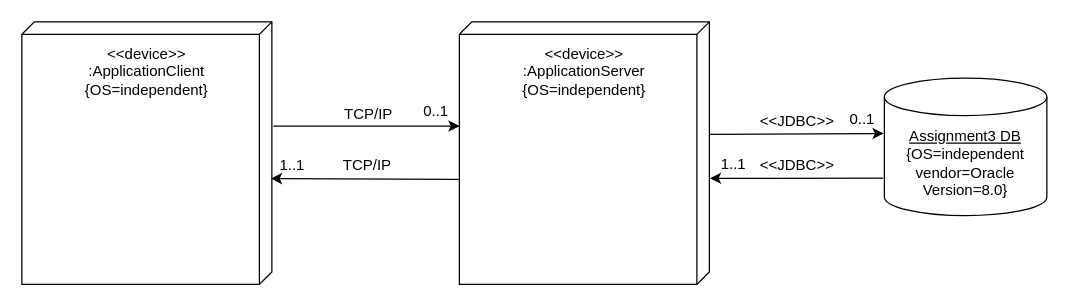
This is UML/DeploymentDiagram.drawio from Sclafus/Ecommerce-Server, a draw.io file, before an edit. Source tidied: cells renumbered, new cells numbered last; positions are measured from the earlier drawing's top-left corner, leaving out a move shared by most shapes. Both pictures are drawn from the tidied source at 125%, with x=0, y=0 at pixel (21, 21).
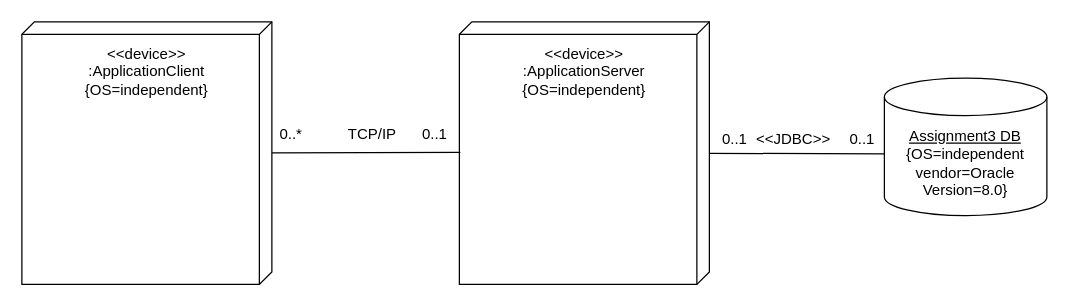
The same page after the edit.

Unchanged cells that the change refers to:
```xml
<mxCell id="3" value="&lt;u&gt;Assignment3 DB&lt;br&gt;&lt;/u&gt;{OS=independent&lt;br&gt;vendor=Oracle&lt;br&gt;Version=8.0}" style="shape=cylinder3;whiteSpace=wrap;html=1;boundedLbl=1;backgroundOutline=1;size=15;" parent="1" vertex="1">
  <mxGeometry x="690" y="45" width="130" height="110" as="geometry" />
</mxCell>
<mxCell id="4" style="verticalAlign=top;align=center;spacingTop=8;spacingLeft=2;spacingRight=12;shape=cube;size=10;direction=south;fontStyle=4;html=1;" parent="1" vertex="1">
  <mxGeometry x="350" width="200" height="210" as="geometry" />
</mxCell>
<mxCell id="7" style="verticalAlign=top;align=center;spacingTop=8;spacingLeft=2;spacingRight=12;shape=cube;size=10;direction=south;fontStyle=4;html=1;" parent="1" vertex="1">
  <mxGeometry width="200" height="210" as="geometry" />
</mxCell>
```

Change to the diagram source:
```diff
@@
     <mxCell id="6" value="&amp;lt;&amp;lt;JDBC&amp;gt;&amp;gt;" style="text;html=1;align=center;verticalAlign=middle;" parent="1" vertex="1">
-      <mxGeometry x="585" y="70" width="70" height="20" as="geometry" />
+      <mxGeometry x="582" y="84" width="70" height="20" as="geometry" />
     </mxCell>
@@
-    <mxCell id="9" value="1..1" style="text;html=1;align=center;verticalAlign=middle;" parent="1" vertex="1">
-      <mxGeometry x="196" y="105" width="40" height="20" as="geometry" />
+    <mxCell id="9" value="0..1" style="text;html=1;align=center;verticalAlign=middle;" parent="1" vertex="1">
+      <mxGeometry x="310" y="80" width="40" height="20" as="geometry" />
     </mxCell>
-    <mxCell id="10" value="0..1" style="text;html=1;align=center;verticalAlign=middle;" parent="1" vertex="1">
-      <mxGeometry x="311" y="62" width="40" height="20" as="geometry" />
+    <mxCell id="10" value="0..*" style="text;html=1;align=center;verticalAlign=middle;" parent="1" vertex="1">
+      <mxGeometry x="200" y="80" width="30" height="20" as="geometry" />
     </mxCell>
     <mxCell id="11" value="TCP/IP" style="text;html=1;align=center;verticalAlign=middle;" parent="1" vertex="1">
-      <mxGeometry x="252" y="64" width="50" height="20" as="geometry" />
+      <mxGeometry x="255" y="80" width="50" height="20" as="geometry" />
     </mxCell>
     <mxCell id="12" value="0..1" style="text;html=1;align=center;verticalAlign=middle;" parent="1" vertex="1">
-      <mxGeometry x="652" y="68" width="40" height="20" as="geometry" />
+      <mxGeometry x="652" y="84" width="40" height="20" as="geometry" />
     </mxCell>
-    <mxCell id="13" value="1..1" style="text;html=1;align=center;verticalAlign=middle;" parent="1" vertex="1">
-      <mxGeometry x="549" y="104" width="40" height="20" as="geometry" />
+    <mxCell id="13" value="0..1" style="text;html=1;align=center;verticalAlign=middle;" parent="1" vertex="1">
+      <mxGeometry x="550" y="84" width="40" height="20" as="geometry" />
     </mxCell>
-    <mxCell id="14" style="endArrow=classic;html=1;exitX=0.397;exitY=-0.006;exitDx=0;exitDy=0;exitPerimeter=0;entryX=0.397;entryY=0.999;entryDx=0;entryDy=0;entryPerimeter=0;" parent="1" edge="1" source="7" target="4">
+    <mxCell id="14" style="endArrow=none;html=1;entryX=0.497;entryY=0.996;entryDx=0;entryDy=0;entryPerimeter=0;exitX=0.499;exitY=0;exitDx=0;exitDy=0;exitPerimeter=0;" parent="1" edge="1" source="7" target="4">
       <mxGeometry relative="1" as="geometry" />
     </mxCell>
-    <mxCell id="15" value="TCP/IP" style="text;html=1;align=center;verticalAlign=middle;" parent="1" vertex="1">
-      <mxGeometry x="251" y="105" width="50" height="20" as="geometry" />
-    </mxCell>
-    <mxCell id="16" style="endArrow=classic;html=1;exitX=0.6;exitY=1.002;exitDx=0;exitDy=0;exitPerimeter=0;entryX=0.597;entryY=0.004;entryDx=0;entryDy=0;entryPerimeter=0;" parent="1" edge="1" source="4" target="7">
-      <mxGeometry relative="1" as="geometry" />
-    </mxCell>
-    <mxCell id="17" style="endArrow=classic;html=1;exitX=0.397;exitY=-0.006;exitDx=0;exitDy=0;exitPerimeter=0;entryX=-0.004;entryY=0.403;entryDx=0;entryDy=0;entryPerimeter=0;" parent="1" edge="1" target="3">
-      <mxGeometry relative="1" as="geometry">
-        <mxPoint x="550" y="90" as="sourcePoint" />
-      </mxGeometry>
-    </mxCell>
-    <mxCell id="18" style="endArrow=classic;html=1;exitX=-0.008;exitY=0.728;exitDx=0;exitDy=0;exitPerimeter=0;entryX=0.596;entryY=-0.002;entryDx=0;entryDy=0;entryPerimeter=0;" parent="1" edge="1" source="3" target="4">
-      <mxGeometry relative="1" as="geometry" />
-    </mxCell>
-    <mxCell id="19" value="&amp;lt;&amp;lt;JDBC&amp;gt;&amp;gt;" style="text;html=1;align=center;verticalAlign=middle;" parent="1" vertex="1">
-      <mxGeometry x="585" y="105" width="70" height="20" as="geometry" />
-    </mxCell>
+    <mxCell id="20" style="endArrow=none;html=1;entryX=0;entryY=0.55;entryDx=0;entryDy=0;entryPerimeter=0;" parent="1" edge="1" source="4" target="3">
+      <mxGeometry relative="1" as="geometry" />
+    </mxCell>
```
